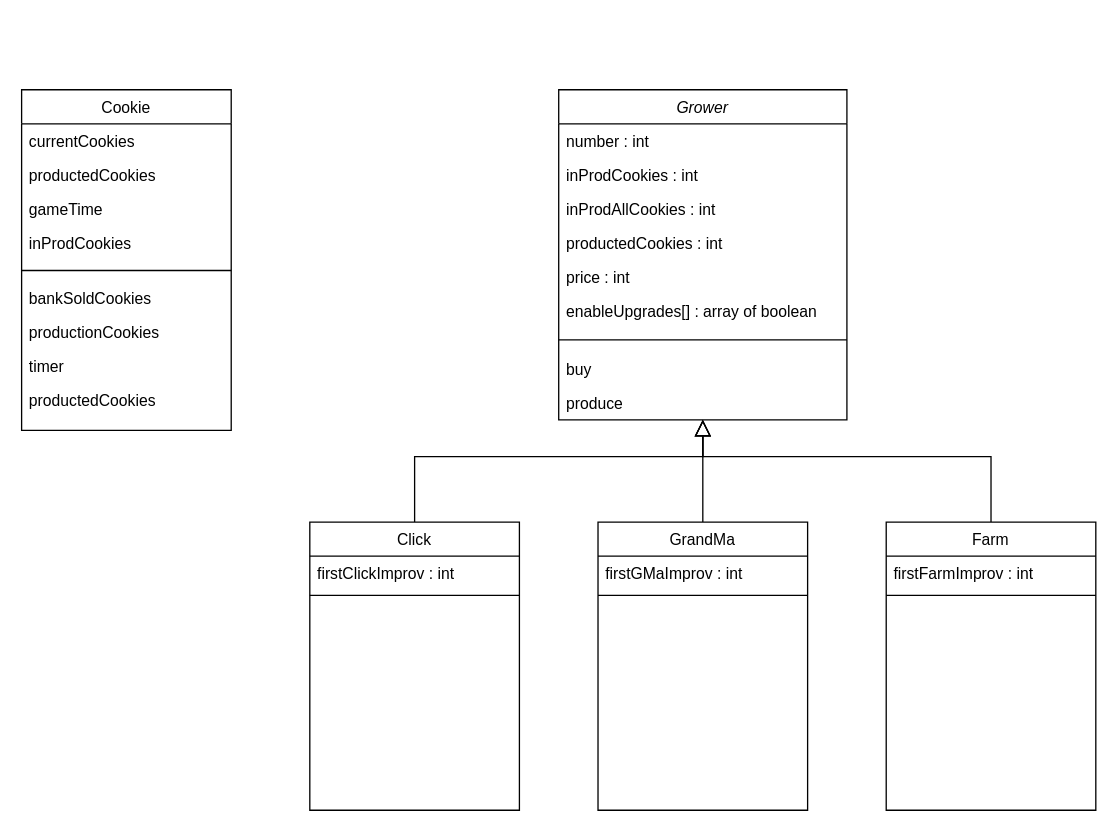
Before: diagram_class.drawio in ElainePentium/JS-cookie-clicker, a draw.io diagram. Source tidied: cells renumbered, new cells numbered last; positions are measured from the earlier drawing's top-left corner, leaving out a move shared by most shapes. Both pictures are drawn from the tidied source at 131%, with x=0, y=0 at pixel (21, 89).
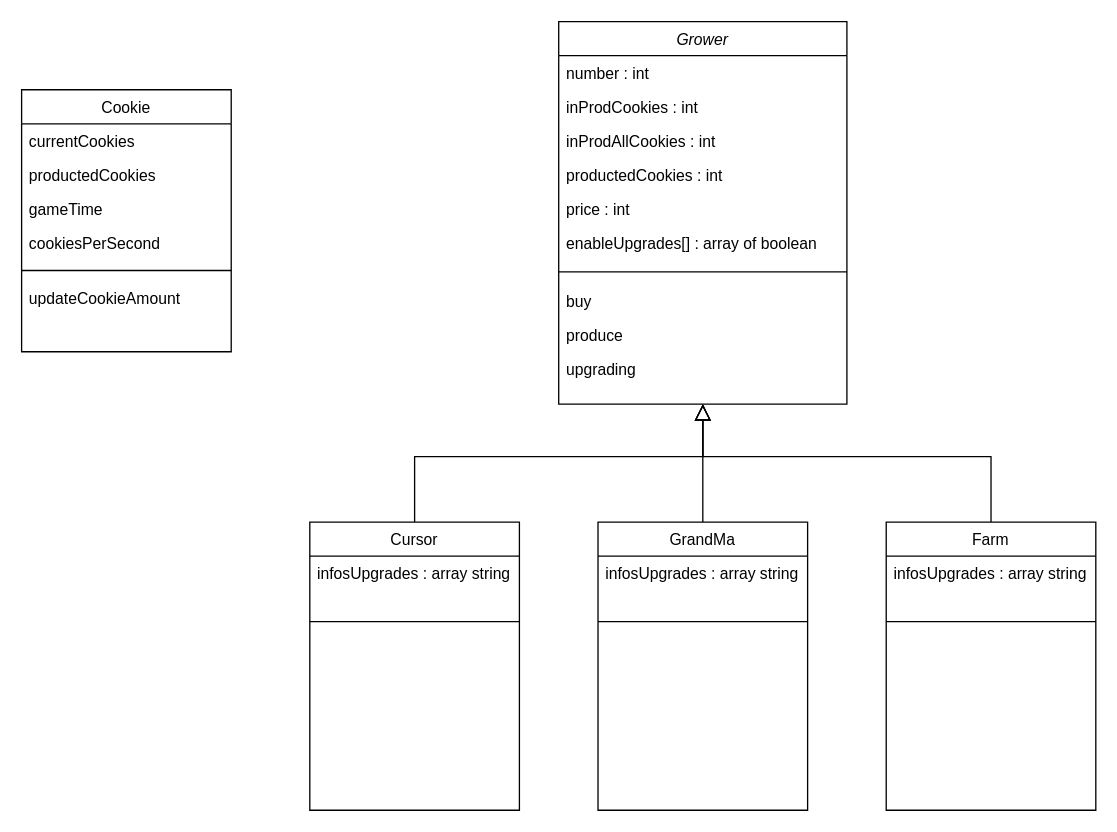
The same page after the edit.

The change refers to these unchanged cells:
```xml
<mxCell id="16" value="GrandMa" style="swimlane;fontStyle=0;align=center;verticalAlign=top;horizontal=1;startSize=26;rounded=0;shadow=0;strokeWidth=1;" parent="1" vertex="1">
  <mxGeometry x="440" y="330" width="160" height="220" as="geometry" />
</mxCell>
<mxCell id="31" value="Farm" style="swimlane;fontStyle=0;align=center;verticalAlign=top;horizontal=1;startSize=26;rounded=0;shadow=0;strokeWidth=1;" parent="1" vertex="1">
  <mxGeometry x="660" y="330" width="160" height="220" as="geometry" />
</mxCell>
```

What changed in the source:
```diff
@@
     <mxCell id="2" value="Cookie" style="swimlane;fontStyle=0;align=center;verticalAlign=top;horizontal=1;startSize=26;rounded=0;shadow=0;strokeWidth=1;" parent="1" vertex="1">
-      <mxGeometry width="160" height="260" as="geometry" />
+      <mxGeometry width="160" height="200" as="geometry" />
     </mxCell>
@@
-    <mxCell id="6" value="inProdCookies" style="text;align=left;verticalAlign=top;spacingLeft=4;spacingRight=4;overflow=hidden;rounded=0;shadow=0;html=0;" parent="2" vertex="1">
+    <mxCell id="6" value="cookiesPerSecond" style="text;align=left;verticalAlign=top;spacingLeft=4;spacingRight=4;overflow=hidden;rounded=0;shadow=0;html=0;" parent="2" vertex="1">
       <mxGeometry y="104" width="160" height="26" as="geometry" />
     </mxCell>
@@
-    <mxCell id="8" value="bankSoldCookies" style="text;align=left;verticalAlign=top;spacingLeft=4;spacingRight=4;overflow=hidden;rounded=0;shadow=0;html=0;" parent="2" vertex="1">
+    <mxCell id="8" value="updateCookieAmount" style="text;align=left;verticalAlign=top;spacingLeft=4;spacingRight=4;overflow=hidden;rounded=0;shadow=0;html=0;" parent="2" vertex="1">
       <mxGeometry y="146" width="160" height="26" as="geometry" />
     </mxCell>
-    <mxCell id="9" value="productionCookies" style="text;align=left;verticalAlign=top;spacingLeft=4;spacingRight=4;overflow=hidden;rounded=0;shadow=0;html=0;" parent="2" vertex="1">
-      <mxGeometry y="172" width="160" height="26" as="geometry" />
-    </mxCell>
-    <mxCell id="10" value="timer" style="text;align=left;verticalAlign=top;spacingLeft=4;spacingRight=4;overflow=hidden;rounded=0;shadow=0;html=0;" parent="2" vertex="1">
-      <mxGeometry y="198" width="160" height="26" as="geometry" />
-    </mxCell>
-    <mxCell id="11" value="productedCookies" style="text;align=left;verticalAlign=top;spacingLeft=4;spacingRight=4;overflow=hidden;rounded=0;shadow=0;html=0;" parent="2" vertex="1">
-      <mxGeometry y="224" width="160" height="26" as="geometry" />
-    </mxCell>
-    <mxCell id="12" value="Click" style="swimlane;fontStyle=0;align=center;verticalAlign=top;horizontal=1;startSize=26;rounded=0;shadow=0;strokeWidth=1;" parent="1" vertex="1">
+    <mxCell id="12" value="Cursor" style="swimlane;fontStyle=0;align=center;verticalAlign=top;horizontal=1;startSize=26;rounded=0;shadow=0;strokeWidth=1;" parent="1" vertex="1">
       <mxGeometry x="220" y="330" width="160" height="220" as="geometry" />
     </mxCell>
-    <mxCell id="13" value="firstClickImprov : int" style="text;align=left;verticalAlign=top;spacingLeft=4;spacingRight=4;overflow=hidden;rounded=0;shadow=0;html=0;" parent="12" vertex="1">
+    <mxCell id="13" value="infosUpgrades : array string" style="text;align=left;verticalAlign=top;spacingLeft=4;spacingRight=4;overflow=hidden;rounded=0;shadow=0;html=0;" parent="12" vertex="1">
       <mxGeometry y="26" width="160" height="26" as="geometry" />
     </mxCell>
     <mxCell id="14" style="line;html=1;strokeWidth=1;align=left;verticalAlign=middle;spacingTop=-1;spacingLeft=3;spacingRight=3;labelPosition=right;" parent="12" vertex="1">
-      <mxGeometry y="52" width="160" height="8" as="geometry" />
+      <mxGeometry y="52" width="160" height="48" as="geometry" />
     </mxCell>
@@
-    <mxCell id="17" value="firstGMaImprov : int" style="text;align=left;verticalAlign=top;spacingLeft=4;spacingRight=4;overflow=hidden;rounded=0;shadow=0;html=0;" parent="16" vertex="1">
-      <mxGeometry y="26" width="160" height="26" as="geometry" />
-    </mxCell>
+    <mxCell id="34" value="infosUpgrades : array string" style="text;align=left;verticalAlign=top;spacingLeft=4;spacingRight=4;overflow=hidden;rounded=0;shadow=0;html=0;" parent="16" vertex="1">
+      <mxGeometry y="26" width="160" height="26" as="geometry" />
+    </mxCell>
     <mxCell id="18" style="line;html=1;strokeWidth=1;align=left;verticalAlign=middle;spacingTop=-1;spacingLeft=3;spacingRight=3;labelPosition=right;" parent="16" vertex="1">
-      <mxGeometry y="52" width="160" height="8" as="geometry" />
+      <mxGeometry y="52" width="160" height="48" as="geometry" />
     </mxCell>
@@
     <mxCell id="20" value="Grower" style="swimlane;fontStyle=2;align=center;verticalAlign=top;horizontal=1;startSize=26;rounded=0;shadow=0;strokeWidth=1;" parent="1" vertex="1">
-      <mxGeometry x="410" width="220" height="252" as="geometry" />
+      <mxGeometry x="410" y="-52" width="220" height="292" as="geometry" />
     </mxCell>
@@
+    <mxCell id="35" value="upgrading" style="text;align=left;verticalAlign=top;spacingLeft=4;spacingRight=4;overflow=hidden;" parent="20" vertex="1">
+      <mxGeometry y="252" width="220" height="26" as="geometry" />
+    </mxCell>
@@
-    <mxCell id="32" value="firstFarmImprov : int" style="text;align=left;verticalAlign=top;spacingLeft=4;spacingRight=4;overflow=hidden;rounded=0;shadow=0;html=0;" parent="31" vertex="1">
-      <mxGeometry y="26" width="160" height="26" as="geometry" />
-    </mxCell>
+    <mxCell id="36" value="infosUpgrades : array string" style="text;align=left;verticalAlign=top;spacingLeft=4;spacingRight=4;overflow=hidden;rounded=0;shadow=0;html=0;" parent="31" vertex="1">
+      <mxGeometry y="26" width="160" height="26" as="geometry" />
+    </mxCell>
     <mxCell id="33" style="line;html=1;strokeWidth=1;align=left;verticalAlign=middle;spacingTop=-1;spacingLeft=3;spacingRight=3;labelPosition=right;" parent="31" vertex="1">
-      <mxGeometry y="52" width="160" height="8" as="geometry" />
+      <mxGeometry y="52" width="160" height="48" as="geometry" />
     </mxCell>
```
